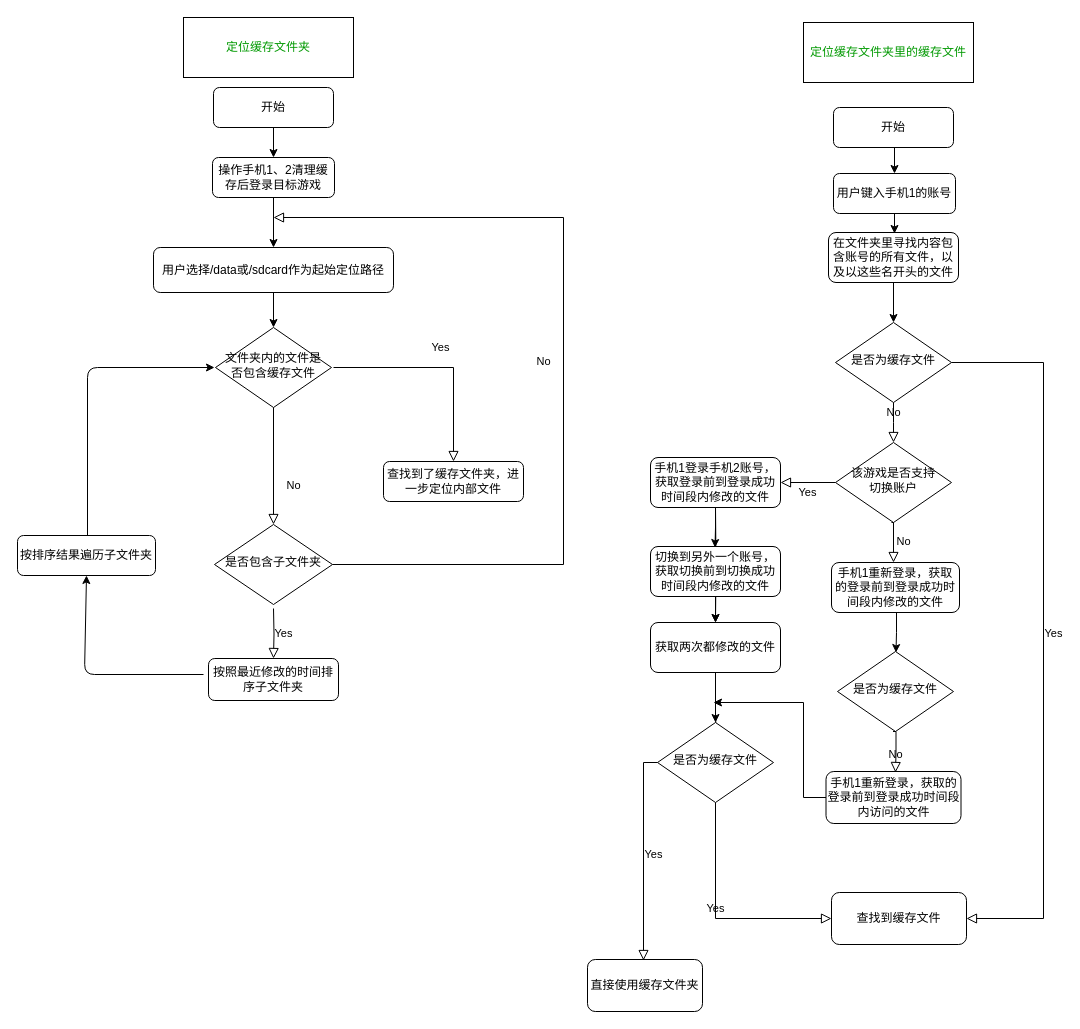
The draw.io diagram Untitled Diagram.drawio in linxierr/TVGuoBT, before the edit. Source tidied: cells renumbered, new cells numbered last; positions are measured from the earlier drawing's top-left corner, leaving out a move shared by most shapes. Both pictures are drawn from the tidied source at 100%, with x=0, y=0 at pixel (17, 17).
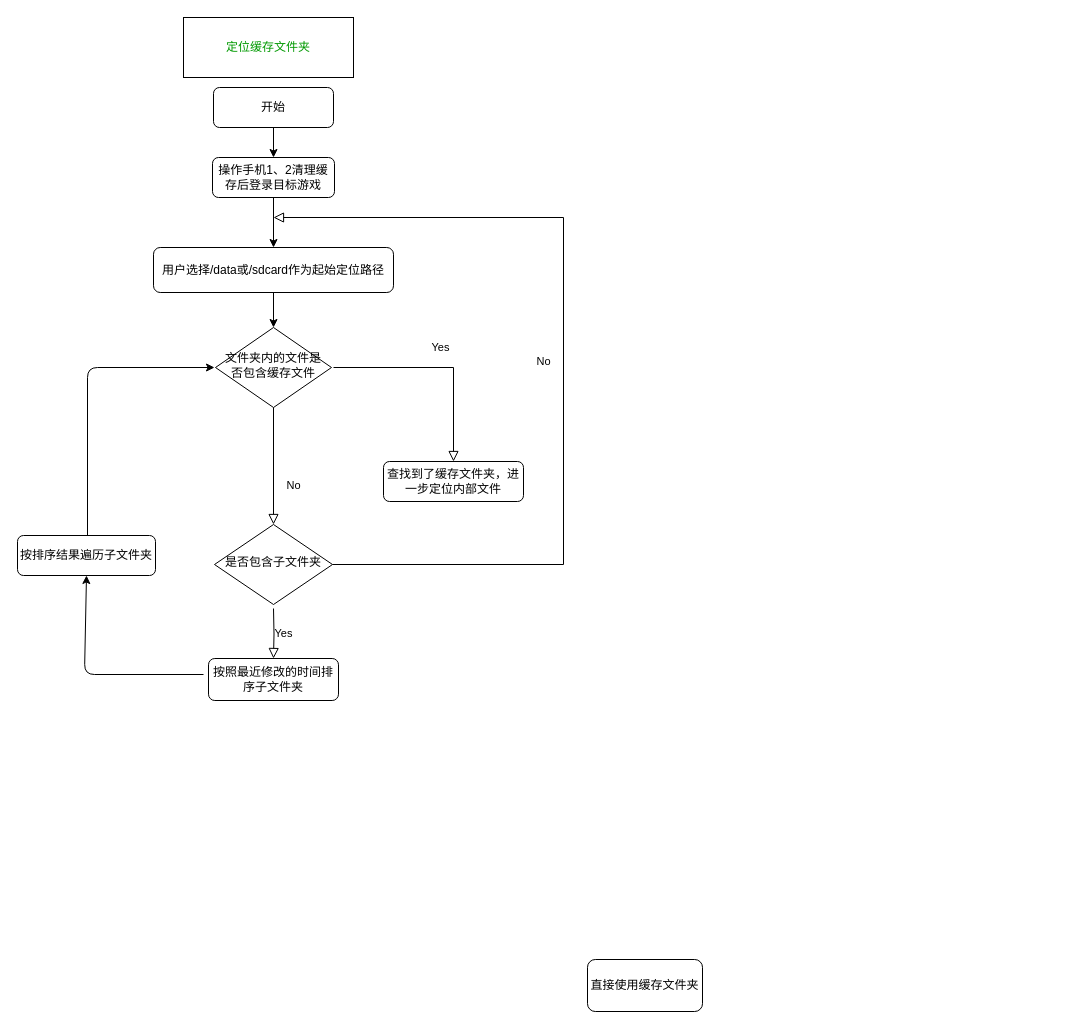
The same page after the edit.

What changed in the source:
```diff
@@
-    <mxCell id="21" value="&lt;font color=&quot;#009900&quot;&gt;定位缓存文件夹里的缓存文件&lt;/font&gt;" style="rounded=0;whiteSpace=wrap;html=1;" parent="1" vertex="1">
-      <mxGeometry x="786" y="5" width="170" height="60" as="geometry" />
-    </mxCell>
-    <mxCell id="22" value="开始" style="rounded=1;whiteSpace=wrap;html=1;fontSize=12;glass=0;strokeWidth=1;shadow=0;" parent="1" vertex="1">
-      <mxGeometry x="816" y="90" width="120" height="40" as="geometry" />
-    </mxCell>
-    <mxCell id="23" value="用户键入手机1的账号" style="rounded=1;whiteSpace=wrap;html=1;fontSize=12;glass=0;strokeWidth=1;shadow=0;" parent="1" vertex="1">
-      <mxGeometry x="816" y="156" width="122" height="40" as="geometry" />
-    </mxCell>
-    <mxCell id="24" value="在文件夹里寻找内容包含账号的所有文件，以及以这些名开头的文件&lt;br&gt;" style="rounded=1;whiteSpace=wrap;html=1;fontSize=12;glass=0;strokeWidth=1;shadow=0;" parent="1" vertex="1">
-      <mxGeometry x="811" y="215" width="130" height="50" as="geometry" />
-    </mxCell>
-    <mxCell id="25" style="edgeStyle=orthogonalEdgeStyle;rounded=0;jettySize=auto;html=1;exitX=0.5;exitY=1;exitDx=0;exitDy=0;entryX=0.5;entryY=0;entryDx=0;entryDy=0;" parent="1" edge="1" source="22" target="23">
-      <mxGeometry relative="1" as="geometry" />
-    </mxCell>
-    <mxCell id="26" style="edgeStyle=orthogonalEdgeStyle;rounded=0;jettySize=auto;html=1;exitX=0.5;exitY=1;exitDx=0;exitDy=0;" parent="1" edge="1" source="23">
-      <mxGeometry relative="1" as="geometry">
-        <mxPoint x="877" y="216" as="targetPoint" />
-      </mxGeometry>
-    </mxCell>
-    <mxCell id="27" style="edgeStyle=orthogonalEdgeStyle;rounded=0;jettySize=auto;html=1;" parent="1" edge="1" target="43">
-      <mxGeometry relative="1" as="geometry">
-        <mxPoint x="698" y="695" as="sourcePoint" />
-      </mxGeometry>
-    </mxCell>
-    <mxCell id="28" value="是否为缓存文件" style="rhombus;whiteSpace=wrap;html=1;shadow=0;fontFamily=Helvetica;fontSize=12;align=center;strokeWidth=1;spacing=6;spacingTop=-4;" parent="1" vertex="1">
-      <mxGeometry x="818" y="305" width="116" height="80" as="geometry" />
-    </mxCell>
-    <mxCell id="29" value="No&lt;br&gt;" style="edgeStyle=orthogonalEdgeStyle;rounded=0;html=1;jettySize=auto;fontSize=11;endArrow=block;endFill=0;endSize=8;strokeWidth=1;shadow=0;labelBackgroundColor=none;exitX=0.5;exitY=1;exitDx=0;exitDy=0;" parent="1" edge="1" source="28">
-      <mxGeometry y="10" relative="1" as="geometry">
-        <mxPoint x="876" y="425" as="targetPoint" />
-      </mxGeometry>
-    </mxCell>
-    <mxCell id="30" style="edgeStyle=orthogonalEdgeStyle;rounded=0;jettySize=auto;html=1;exitX=0.5;exitY=1;exitDx=0;exitDy=0;entryX=0.5;entryY=0;entryDx=0;entryDy=0;" parent="1" edge="1" source="24" target="28">
-      <mxGeometry relative="1" as="geometry" />
-    </mxCell>
-    <mxCell id="31" value="该游戏是否支持&lt;br&gt;切换账户" style="rhombus;whiteSpace=wrap;html=1;shadow=0;fontFamily=Helvetica;fontSize=12;align=center;strokeWidth=1;spacing=6;spacingTop=-4;" parent="1" vertex="1">
-      <mxGeometry x="818" y="425" width="116" height="80" as="geometry" />
-    </mxCell>
-    <mxCell id="32" style="edgeStyle=orthogonalEdgeStyle;rounded=0;jettySize=auto;html=1;" parent="1" edge="1" source="34" target="38">
-      <mxGeometry relative="1" as="geometry" />
-    </mxCell>
-    <mxCell id="33" style="edgeStyle=orthogonalEdgeStyle;rounded=0;jettySize=auto;html=1;" parent="1" edge="1" target="38">
-      <mxGeometry relative="1" as="geometry">
-        <mxPoint x="698" y="490" as="sourcePoint" />
-      </mxGeometry>
-    </mxCell>
-    <mxCell id="34" value="手机1登录手机2账号，获取登录前到登录成功时间段内修改的文件" style="rounded=1;whiteSpace=wrap;html=1;fontSize=12;glass=0;strokeWidth=1;shadow=0;" parent="1" vertex="1">
-      <mxGeometry x="633" y="440" width="130" height="50" as="geometry" />
-    </mxCell>
-    <mxCell id="35" value="Yes" style="edgeStyle=orthogonalEdgeStyle;rounded=0;html=1;jettySize=auto;fontSize=11;endArrow=block;endFill=0;endSize=8;strokeWidth=1;shadow=0;labelBackgroundColor=none;entryX=1;entryY=0.5;entryDx=0;entryDy=0;" parent="1" edge="1" target="34">
-      <mxGeometry y="10" relative="1" as="geometry">
-        <mxPoint x="818" y="465" as="sourcePoint" />
-        <Array as="points">
-          <mxPoint x="763" y="465" />
-          <mxPoint x="763" y="465" />
-        </Array>
-      </mxGeometry>
-    </mxCell>
-    <mxCell id="36" value="切换到另外一个账号，获取切换前到切换成功时间段内修改的文件" style="rounded=1;whiteSpace=wrap;html=1;fontSize=12;glass=0;strokeWidth=1;shadow=0;" parent="1" vertex="1">
-      <mxGeometry x="633" y="529" width="130" height="50" as="geometry" />
-    </mxCell>
-    <mxCell id="37" style="edgeStyle=orthogonalEdgeStyle;rounded=0;jettySize=auto;html=1;" parent="1" edge="1" source="38" target="43">
-      <mxGeometry relative="1" as="geometry" />
-    </mxCell>
-    <mxCell id="38" value="获取两次都修改的文件" style="rounded=1;whiteSpace=wrap;html=1;fontSize=12;glass=0;strokeWidth=1;shadow=0;" parent="1" vertex="1">
-      <mxGeometry x="633" y="605" width="130" height="50" as="geometry" />
-    </mxCell>
-    <mxCell id="39" style="edgeStyle=orthogonalEdgeStyle;rounded=0;orthogonalLoop=1;jettySize=auto;html=1;entryX=0.5;entryY=0;entryDx=0;entryDy=0;" parent="1" edge="1">
-      <mxGeometry relative="1" as="geometry">
-        <mxPoint x="698" y="490" as="sourcePoint" />
-        <mxPoint x="697.5" y="530" as="targetPoint" />
-        <Array as="points">
-          <mxPoint x="698" y="510" />
-        </Array>
-      </mxGeometry>
-    </mxCell>
-    <mxCell id="40" value="手机1重新登录，获取的登录前到登录成功时间段内修改的文件&lt;br&gt;" style="rounded=1;whiteSpace=wrap;html=1;fontSize=12;glass=0;strokeWidth=1;shadow=0;" parent="1" vertex="1">
-      <mxGeometry x="814" y="545" width="128" height="50" as="geometry" />
-    </mxCell>
-    <mxCell id="41" style="edgeStyle=orthogonalEdgeStyle;rounded=0;orthogonalLoop=1;jettySize=auto;html=1;entryX=0.5;entryY=0;entryDx=0;entryDy=0;" parent="1" edge="1">
-      <mxGeometry relative="1" as="geometry">
-        <mxPoint x="879" y="595" as="sourcePoint" />
-        <mxPoint x="878.5" y="635" as="targetPoint" />
-        <Array as="points">
-          <mxPoint x="879" y="615" />
-        </Array>
-      </mxGeometry>
-    </mxCell>
-    <mxCell id="42" value="No" style="edgeStyle=orthogonalEdgeStyle;rounded=0;html=1;jettySize=auto;orthogonalLoop=1;fontSize=11;endArrow=block;endFill=0;endSize=8;strokeWidth=1;shadow=0;labelBackgroundColor=none;entryX=0.5;entryY=0;entryDx=0;entryDy=0;exitX=0.5;exitY=1;exitDx=0;exitDy=0;" parent="1" edge="1">
-      <mxGeometry y="10" relative="1" as="geometry">
-        <mxPoint x="874" y="505" as="sourcePoint" />
-        <mxPoint x="876" y="545" as="targetPoint" />
-        <Array as="points">
-          <mxPoint x="876" y="505" />
-        </Array>
-      </mxGeometry>
-    </mxCell>
-    <mxCell id="43" value="是否为缓存文件" style="rhombus;whiteSpace=wrap;html=1;shadow=0;fontFamily=Helvetica;fontSize=12;align=center;strokeWidth=1;spacing=6;spacingTop=-4;" parent="1" vertex="1">
-      <mxGeometry x="640" y="705" width="116" height="80" as="geometry" />
-    </mxCell>
-    <mxCell id="44" value="是否为缓存文件" style="rhombus;whiteSpace=wrap;html=1;shadow=0;fontFamily=Helvetica;fontSize=12;align=center;strokeWidth=1;spacing=6;spacingTop=-4;" parent="1" vertex="1">
-      <mxGeometry x="820" y="634" width="116" height="80" as="geometry" />
-    </mxCell>
-    <mxCell id="45" style="edgeStyle=orthogonalEdgeStyle;rounded=0;jettySize=auto;html=1;" parent="1" edge="1" source="46">
-      <mxGeometry relative="1" as="geometry">
-        <mxPoint x="696" y="685" as="targetPoint" />
-        <Array as="points">
-          <mxPoint x="786" y="780" />
-          <mxPoint x="786" y="685" />
-        </Array>
-      </mxGeometry>
-    </mxCell>
-    <mxCell id="46" value="手机1重新登录，获取的登录前到登录成功时间段内访问的文件" style="rounded=1;whiteSpace=wrap;html=1;fontSize=12;glass=0;strokeWidth=1;shadow=0;" parent="1" vertex="1">
-      <mxGeometry x="808.5" y="754" width="135" height="52" as="geometry" />
-    </mxCell>
-    <mxCell id="47" value="No&lt;br&gt;" style="edgeStyle=orthogonalEdgeStyle;rounded=0;html=1;jettySize=auto;orthogonalLoop=1;fontSize=11;endArrow=block;endFill=0;endSize=8;strokeWidth=1;shadow=0;labelBackgroundColor=none;exitX=0.5;exitY=1;exitDx=0;exitDy=0;" parent="1" edge="1">
-      <mxGeometry x="0.19" relative="1" as="geometry">
-        <mxPoint x="875.5" y="714" as="sourcePoint" />
-        <mxPoint x="878" y="755" as="targetPoint" />
-        <Array as="points">
-          <mxPoint x="878.5" y="714" />
-          <mxPoint x="878.5" y="735" />
-        </Array>
-      </mxGeometry>
-    </mxCell>
-    <mxCell id="48" value="查找到缓存文件" style="rounded=1;whiteSpace=wrap;html=1;fontSize=12;glass=0;strokeWidth=1;shadow=0;" parent="1" vertex="1">
-      <mxGeometry x="814" y="875" width="135" height="52" as="geometry" />
-    </mxCell>
-    <mxCell id="49" value="Yes" style="edgeStyle=orthogonalEdgeStyle;rounded=0;html=1;jettySize=auto;fontSize=11;endArrow=block;endFill=0;endSize=8;strokeWidth=1;shadow=0;labelBackgroundColor=none;entryX=0;entryY=0.5;entryDx=0;entryDy=0;exitX=0.5;exitY=1;exitDx=0;exitDy=0;" parent="1" edge="1" source="43" target="48">
-      <mxGeometry y="10" relative="1" as="geometry">
-        <Array as="points">
-          <mxPoint x="698" y="901" />
-        </Array>
-      </mxGeometry>
-    </mxCell>
-    <mxCell id="50" value="Yes" style="edgeStyle=orthogonalEdgeStyle;rounded=0;html=1;jettySize=auto;fontSize=11;endArrow=block;endFill=0;endSize=8;strokeWidth=1;shadow=0;labelBackgroundColor=none;exitX=1;exitY=0.5;exitDx=0;exitDy=0;entryX=1;entryY=0.5;entryDx=0;entryDy=0;" parent="1" edge="1" source="28" target="48">
-      <mxGeometry y="10" relative="1" as="geometry">
-        <Array as="points">
-          <mxPoint x="1026" y="345" />
-          <mxPoint x="1026" y="901" />
-        </Array>
-      </mxGeometry>
-    </mxCell>
@@
-    <mxCell id="52" value="Yes" style="edgeStyle=orthogonalEdgeStyle;rounded=0;html=1;jettySize=auto;fontSize=11;endArrow=block;endFill=0;endSize=8;strokeWidth=1;shadow=0;labelBackgroundColor=none;exitX=0;exitY=0.5;exitDx=0;exitDy=0;" parent="1" edge="1" source="43">
-      <mxGeometry y="10" relative="1" as="geometry">
-        <mxPoint x="626" y="943" as="targetPoint" />
-        <Array as="points">
-          <mxPoint x="626" y="745" />
-          <mxPoint x="626" y="943" />
-        </Array>
-      </mxGeometry>
-    </mxCell>
```
